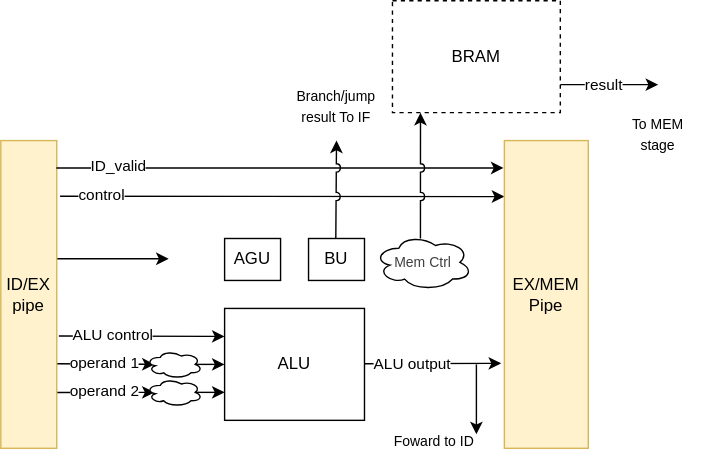
Above: docs/cpu/assets/cpu/EX.drawio.svg in feipenghhq/TinyLinuxRV (draw.io), before the change. Source tidied: cells renumbered, new cells last; positions are measured from the earlier drawing's top-left corner, leaving out a move shared by most shapes. Source of this version:
```xml
<mxGraphModel>
  <root>
    <mxCell id="0" />
    <mxCell id="1" parent="0" />
    <mxCell id="2" style="endArrow=classic;html=1;entryX=0;entryY=0.182;entryDx=0;entryDy=0;entryPerimeter=0;jumpStyle=sharp;exitX=1.059;exitY=0.181;exitDx=0;exitDy=0;exitPerimeter=0;" parent="1" edge="1" source="9" target="19">
      <mxGeometry relative="1" as="geometry" />
    </mxCell>
    <mxCell id="3" value="control" style="edgeLabel;html=1;align=center;verticalAlign=middle;" parent="2" vertex="1">
      <mxGeometry x="-0.69" y="1" relative="1" as="geometry">
        <mxPoint x="-20" as="offset" />
      </mxGeometry>
    </mxCell>
    <mxCell id="4" style="endArrow=classic;html=1;exitX=0.998;exitY=0.725;exitDx=0;exitDy=0;exitPerimeter=0;" parent="1" edge="1" source="9">
      <mxGeometry relative="1" as="geometry">
        <mxPoint x="110" y="260" as="targetPoint" />
      </mxGeometry>
    </mxCell>
    <mxCell id="5" value="operand 1" style="edgeLabel;html=1;align=center;verticalAlign=middle;" parent="4" vertex="1">
      <mxGeometry x="-0.1" relative="1" as="geometry">
        <mxPoint x="2" y="-1" as="offset" />
      </mxGeometry>
    </mxCell>
    <mxCell id="6" style="endArrow=classic;html=1;" parent="1" edge="1">
      <mxGeometry relative="1" as="geometry">
        <mxPoint x="40" y="184.5" as="sourcePoint" />
        <mxPoint x="120" y="184.5" as="targetPoint" />
      </mxGeometry>
    </mxCell>
    <mxCell id="7" style="endArrow=classic;html=1;" parent="1" edge="1">
      <mxGeometry relative="1" as="geometry">
        <mxPoint x="40" y="280.1" as="sourcePoint" />
        <mxPoint x="110" y="280" as="targetPoint" />
      </mxGeometry>
    </mxCell>
    <mxCell id="8" value="operand 2" style="edgeLabel;html=1;align=center;verticalAlign=middle;" parent="7" vertex="1">
      <mxGeometry x="0.06" relative="1" as="geometry">
        <mxPoint x="-3" y="-2" as="offset" />
      </mxGeometry>
    </mxCell>
    <mxCell id="9" value="ID/EX&lt;div&gt;pipe&lt;/div&gt;" style="rounded=0;whiteSpace=wrap;html=1;fillColor=#fff2cc;strokeColor=#d6b656;" parent="1" vertex="1">
      <mxGeometry y="100" width="40" height="220" as="geometry" />
    </mxCell>
    <mxCell id="10" style="endArrow=classic;html=1;entryX=-0.01;entryY=0.089;entryDx=0;entryDy=0;entryPerimeter=0;jumpStyle=sharp;exitX=0.992;exitY=0.089;exitDx=0;exitDy=0;exitPerimeter=0;" parent="1" edge="1" source="9" target="19">
      <mxGeometry relative="1" as="geometry" />
    </mxCell>
    <mxCell id="11" value="ID_valid" style="edgeLabel;html=1;align=center;verticalAlign=middle;" parent="10" vertex="1">
      <mxGeometry x="-0.54" y="2" relative="1" as="geometry">
        <mxPoint x="-29" as="offset" />
      </mxGeometry>
    </mxCell>
    <mxCell id="12" value="ALU" style="rounded=0;whiteSpace=wrap;html=1;" parent="1" vertex="1">
      <mxGeometry x="160" y="220" width="100" height="80" as="geometry" />
    </mxCell>
    <mxCell id="13" value="AGU" style="rounded=0;whiteSpace=wrap;html=1;" parent="1" vertex="1">
      <mxGeometry x="160" y="170" width="40" height="30" as="geometry" />
    </mxCell>
    <mxCell id="14" style="endArrow=classic;html=1;entryX=0;entryY=0.25;entryDx=0;entryDy=0;exitX=1.038;exitY=0.635;exitDx=0;exitDy=0;exitPerimeter=0;" parent="1" edge="1" source="9" target="12">
      <mxGeometry relative="1" as="geometry" />
    </mxCell>
    <mxCell id="15" value="ALU control" style="edgeLabel;html=1;align=center;verticalAlign=middle;" parent="14" vertex="1">
      <mxGeometry x="-0.38" y="1" relative="1" as="geometry">
        <mxPoint x="1" as="offset" />
      </mxGeometry>
    </mxCell>
    <mxCell id="16" value="BU" style="rounded=0;whiteSpace=wrap;html=1;" parent="1" vertex="1">
      <mxGeometry x="220" y="170" width="40" height="30" as="geometry" />
    </mxCell>
    <mxCell id="17" style="endArrow=classic;html=1;entryX=-0.038;entryY=0.724;entryDx=0;entryDy=0;entryPerimeter=0;" parent="1" edge="1" target="19">
      <mxGeometry relative="1" as="geometry">
        <mxPoint x="260" y="259.5" as="sourcePoint" />
      </mxGeometry>
    </mxCell>
    <mxCell id="18" value="ALU output" style="edgeLabel;html=1;align=center;verticalAlign=middle;" parent="17" vertex="1">
      <mxGeometry x="-0.3" relative="1" as="geometry" />
    </mxCell>
    <mxCell id="19" value="EX/MEM&lt;div&gt;Pipe&lt;/div&gt;" style="rounded=0;whiteSpace=wrap;html=1;fillColor=#fff2cc;strokeColor=#d6b656;" parent="1" vertex="1">
      <mxGeometry x="360" y="100" width="60" height="220" as="geometry" />
    </mxCell>
    <mxCell id="20" style="endArrow=classic;html=1;" parent="1" edge="1">
      <mxGeometry relative="1" as="geometry">
        <mxPoint x="340" y="260" as="sourcePoint" />
        <mxPoint x="340" y="310" as="targetPoint" />
      </mxGeometry>
    </mxCell>
    <mxCell id="21" value="&lt;font style=&quot;font-size: 10px;&quot;&gt;Foward to ID&lt;/font&gt;" style="text;html=1;whiteSpace=wrap;strokeColor=none;fillColor=none;align=center;verticalAlign=middle;rounded=0;" parent="1" vertex="1">
      <mxGeometry x="280" y="300" width="60" height="30" as="geometry" />
    </mxCell>
    <mxCell id="22" style="endArrow=classic;html=1;jumpStyle=arc;" parent="1" edge="1">
      <mxGeometry relative="1" as="geometry">
        <mxPoint x="239.5" y="170" as="sourcePoint" />
        <mxPoint x="240" y="100" as="targetPoint" />
      </mxGeometry>
    </mxCell>
    <mxCell id="23" value="&lt;font style=&quot;font-size: 10px;&quot;&gt;Branch/jump result To IF&lt;/font&gt;" style="text;html=1;whiteSpace=wrap;strokeColor=none;fillColor=none;align=center;verticalAlign=middle;rounded=0;" parent="1" vertex="1">
      <mxGeometry x="210" y="60" width="60" height="30" as="geometry" />
    </mxCell>
    <mxCell id="24" style="endArrow=classic;html=1;entryX=0.167;entryY=1.002;entryDx=0;entryDy=0;entryPerimeter=0;jumpStyle=arc;" parent="1" edge="1" target="25">
      <mxGeometry relative="1" as="geometry">
        <mxPoint x="300" y="170" as="sourcePoint" />
      </mxGeometry>
    </mxCell>
    <mxCell id="25" value="BRAM" style="rounded=0;whiteSpace=wrap;html=1;dashed=1;" parent="1" vertex="1">
      <mxGeometry x="280" width="120" height="80" as="geometry" />
    </mxCell>
    <mxCell id="26" style="endArrow=classic;html=1;" parent="1" edge="1">
      <mxGeometry relative="1" as="geometry">
        <mxPoint x="400" y="60" as="sourcePoint" />
        <mxPoint x="470" y="60" as="targetPoint" />
      </mxGeometry>
    </mxCell>
    <mxCell id="27" value="result" style="edgeLabel;html=1;align=center;verticalAlign=middle;" parent="26" vertex="1">
      <mxGeometry x="-0.15" y="1" relative="1" as="geometry" />
    </mxCell>
    <mxCell id="28" value="&lt;font style=&quot;font-size: 10px;&quot;&gt;To MEM stage&lt;/font&gt;" style="text;html=1;whiteSpace=wrap;strokeColor=none;fillColor=none;align=center;verticalAlign=middle;rounded=0;" parent="1" vertex="1">
      <mxGeometry x="440" y="80" width="60" height="30" as="geometry" />
    </mxCell>
    <mxCell id="29" value="&lt;span style=&quot;color: rgb(63, 63, 63); font-size: 10px;&quot;&gt;Mem Ctrl&lt;/span&gt;" style="ellipse;shape=cloud;whiteSpace=wrap;html=1;" parent="1" vertex="1">
      <mxGeometry x="267" y="167" width="70" height="40" as="geometry" />
    </mxCell>
    <mxCell id="30" style="ellipse;shape=cloud;whiteSpace=wrap;html=1;" parent="1" vertex="1">
      <mxGeometry x="104" y="250" width="40" height="20" as="geometry" />
    </mxCell>
    <mxCell id="31" style="ellipse;shape=cloud;whiteSpace=wrap;html=1;" parent="1" vertex="1">
      <mxGeometry x="104" y="270" width="40" height="20" as="geometry" />
    </mxCell>
    <mxCell id="32" style="endArrow=classic;html=1;exitX=0.875;exitY=0.5;exitDx=0;exitDy=0;exitPerimeter=0;entryX=0;entryY=0.5;entryDx=0;entryDy=0;" parent="1" edge="1" source="30" target="12">
      <mxGeometry relative="1" as="geometry" />
    </mxCell>
    <mxCell id="33" style="endArrow=classic;html=1;exitX=0.875;exitY=0.5;exitDx=0;exitDy=0;exitPerimeter=0;entryX=0;entryY=0.5;entryDx=0;entryDy=0;" parent="1" edge="1" source="31">
      <mxGeometry relative="1" as="geometry">
        <mxPoint x="160" y="280" as="targetPoint" />
      </mxGeometry>
    </mxCell>
  </root>
</mxGraphModel>
```
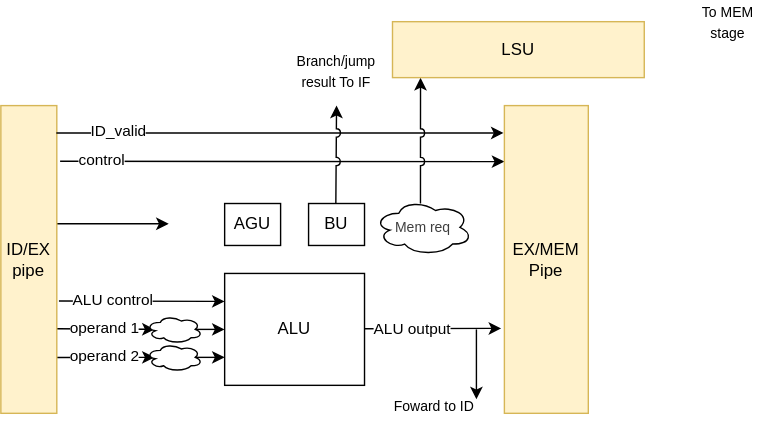
The same file after the commit.

The edit, as a diff of the source:
```diff
@@ -94,27 +94,16 @@
     <mxCell id="23" value="&lt;font style=&quot;font-size: 10px;&quot;&gt;Branch/jump result To IF&lt;/font&gt;" style="text;html=1;whiteSpace=wrap;strokeColor=none;fillColor=none;align=center;verticalAlign=middle;rounded=0;" parent="1" vertex="1">
       <mxGeometry x="210" y="60" width="60" height="30" as="geometry" />
     </mxCell>
-    <mxCell id="24" style="endArrow=classic;html=1;entryX=0.167;entryY=1.002;entryDx=0;entryDy=0;entryPerimeter=0;jumpStyle=arc;" parent="1" edge="1" target="25">
+    <mxCell id="24" style="endArrow=classic;html=1;entryX=0.167;entryY=1.002;entryDx=0;entryDy=0;entryPerimeter=0;jumpStyle=arc;" parent="1" edge="1">
       <mxGeometry relative="1" as="geometry">
         <mxPoint x="300" y="170" as="sourcePoint" />
+        <mxPoint x="300" y="80.2" as="targetPoint" />
       </mxGeometry>
     </mxCell>
-    <mxCell id="25" value="BRAM" style="rounded=0;whiteSpace=wrap;html=1;dashed=1;" parent="1" vertex="1">
-      <mxGeometry x="280" width="120" height="80" as="geometry" />
-    </mxCell>
-    <mxCell id="26" style="endArrow=classic;html=1;" parent="1" edge="1">
-      <mxGeometry relative="1" as="geometry">
-        <mxPoint x="400" y="60" as="sourcePoint" />
-        <mxPoint x="470" y="60" as="targetPoint" />
-      </mxGeometry>
-    </mxCell>
-    <mxCell id="27" value="result" style="edgeLabel;html=1;align=center;verticalAlign=middle;" parent="26" vertex="1">
-      <mxGeometry x="-0.15" y="1" relative="1" as="geometry" />
-    </mxCell>
     <mxCell id="28" value="&lt;font style=&quot;font-size: 10px;&quot;&gt;To MEM stage&lt;/font&gt;" style="text;html=1;whiteSpace=wrap;strokeColor=none;fillColor=none;align=center;verticalAlign=middle;rounded=0;" parent="1" vertex="1">
-      <mxGeometry x="440" y="80" width="60" height="30" as="geometry" />
+      <mxGeometry x="490" y="25" width="60" height="30" as="geometry" />
     </mxCell>
-    <mxCell id="29" value="&lt;span style=&quot;color: rgb(63, 63, 63); font-size: 10px;&quot;&gt;Mem Ctrl&lt;/span&gt;" style="ellipse;shape=cloud;whiteSpace=wrap;html=1;" parent="1" vertex="1">
+    <mxCell id="29" value="&lt;span style=&quot;color: rgb(63, 63, 63); font-size: 10px;&quot;&gt;Mem req&lt;/span&gt;" style="ellipse;shape=cloud;whiteSpace=wrap;html=1;" parent="1" vertex="1">
       <mxGeometry x="267" y="167" width="70" height="40" as="geometry" />
     </mxCell>
     <mxCell id="30" style="ellipse;shape=cloud;whiteSpace=wrap;html=1;" parent="1" vertex="1">
@@ -131,5 +120,8 @@
         <mxPoint x="160" y="280" as="targetPoint" />
       </mxGeometry>
     </mxCell>
+    <mxCell id="34" value="LSU" style="rounded=0;whiteSpace=wrap;html=1;fillColor=#fff2cc;strokeColor=#d6b656;" parent="1" vertex="1">
+      <mxGeometry x="280" y="40" width="180" height="40" as="geometry" />
+    </mxCell>
   </root>
 </mxGraphModel>
```
